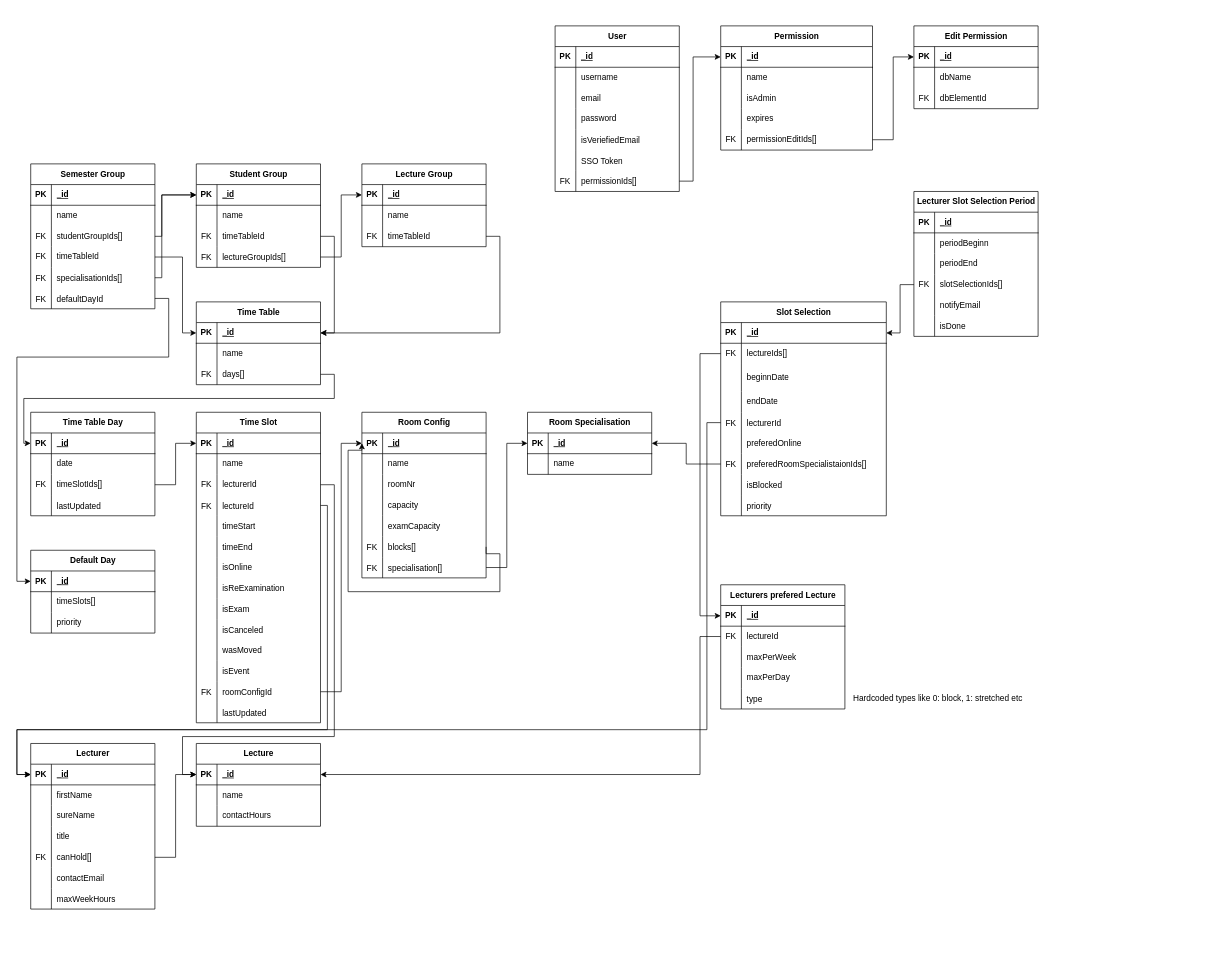
Earlier version of the draw.io diagram documentation/Database_ER.drawio (MindCollaps/TimeCraft). Source tidied: cells renumbered, new cells numbered last; positions are measured from the earlier drawing's top-left corner, leaving out a move shared by most shapes. Both pictures are drawn from the tidied source at 69%, with x=0, y=0 at pixel (17, 26).
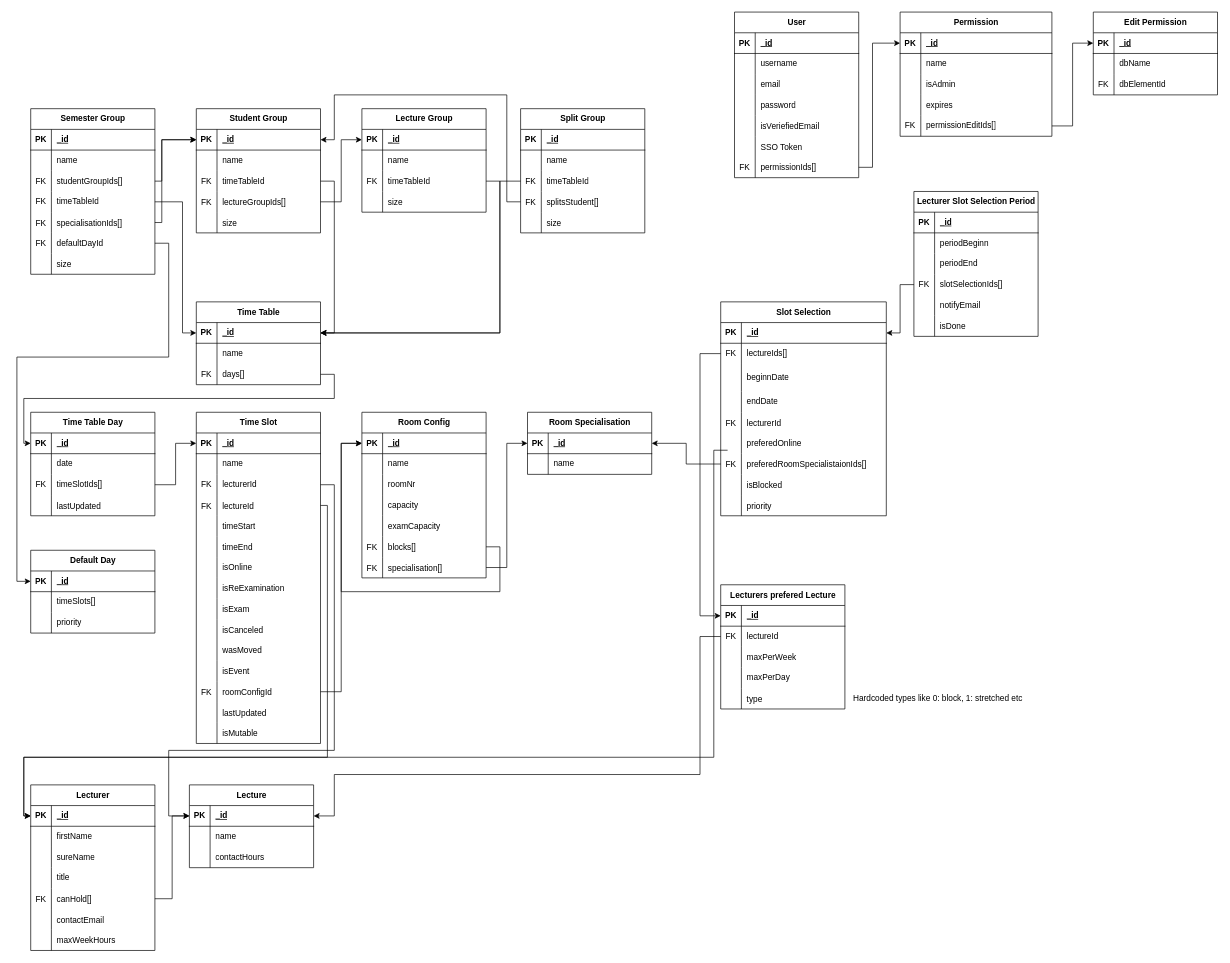
After the change.

Commit message:
docu: add split group

Unchanged cells that the change refers to:
```xml
<mxCell id="9" style="shape=tableRow;horizontal=0;startSize=0;swimlaneHead=0;swimlaneBody=0;fillColor=none;points=[[0,0.5],[1,0.5]];portConstraint=eastwest;top=0;left=0;right=0;bottom=0;" parent="2" vertex="1">
  <mxGeometry y="90" width="180" height="30" as="geometry" />
</mxCell>
<mxCell id="12" style="shape=tableRow;horizontal=0;startSize=0;swimlaneHead=0;swimlaneBody=0;fillColor=none;points=[[0,0.5],[1,0.5]];portConstraint=eastwest;top=0;left=0;right=0;bottom=0;" parent="2" vertex="1">
  <mxGeometry y="120" width="180" height="30" as="geometry" />
</mxCell>
<mxCell id="15" style="shape=tableRow;horizontal=0;startSize=0;swimlaneHead=0;swimlaneBody=0;fillColor=none;points=[[0,0.5],[1,0.5]];portConstraint=eastwest;top=0;left=0;right=0;bottom=0;" parent="2" vertex="1">
  <mxGeometry y="150" width="180" height="30" as="geometry" />
</mxCell>
<mxCell id="18" style="shape=tableRow;horizontal=0;startSize=0;swimlaneHead=0;swimlaneBody=0;fillColor=none;points=[[0,0.5],[1,0.5]];portConstraint=eastwest;top=0;left=0;right=0;bottom=0;" parent="2" vertex="1">
  <mxGeometry y="180" width="180" height="30" as="geometry" />
</mxCell>
<mxCell id="22" style="shape=tableRow;horizontal=0;startSize=0;swimlaneHead=0;swimlaneBody=0;fillColor=none;points=[[0,0.5],[1,0.5]];portConstraint=eastwest;top=0;left=0;right=0;bottom=1;" parent="21" vertex="1">
  <mxGeometry y="30" width="180" height="30" as="geometry" />
</mxCell>
<mxCell id="48" style="shape=tableRow;horizontal=0;startSize=0;swimlaneHead=0;swimlaneBody=0;fillColor=none;points=[[0,0.5],[1,0.5]];portConstraint=eastwest;top=0;left=0;right=0;bottom=1;" parent="47" vertex="1">
  <mxGeometry y="30" width="180" height="30" as="geometry" />
</mxCell>
<mxCell id="80" style="shape=tableRow;horizontal=0;startSize=0;swimlaneHead=0;swimlaneBody=0;fillColor=none;points=[[0,0.5],[1,0.5]];portConstraint=eastwest;top=0;left=0;right=0;bottom=0;" parent="73" vertex="1">
  <mxGeometry y="90" width="180" height="30" as="geometry" />
</mxCell>
<mxCell id="83" style="shape=tableRow;horizontal=0;startSize=0;swimlaneHead=0;swimlaneBody=0;fillColor=none;points=[[0,0.5],[1,0.5]];portConstraint=eastwest;top=0;left=0;right=0;bottom=0;" parent="73" vertex="1">
  <mxGeometry y="120" width="180" height="30" as="geometry" />
</mxCell>
<mxCell id="118" style="shape=tableRow;horizontal=0;startSize=0;swimlaneHead=0;swimlaneBody=0;fillColor=none;points=[[0,0.5],[1,0.5]];portConstraint=eastwest;top=0;left=0;right=0;bottom=1;" parent="117" vertex="1">
  <mxGeometry y="30" width="180" height="30" as="geometry" />
</mxCell>
<mxCell id="133" style="shape=tableRow;horizontal=0;startSize=0;swimlaneHead=0;swimlaneBody=0;fillColor=none;points=[[0,0.5],[1,0.5]];portConstraint=eastwest;top=0;left=0;right=0;bottom=0;" parent="117" vertex="1">
  <mxGeometry y="180" width="180" height="30" as="geometry" />
</mxCell>
<mxCell id="148" style="shape=tableRow;horizontal=0;startSize=0;swimlaneHead=0;swimlaneBody=0;fillColor=none;points=[[0,0.5],[1,0.5]];portConstraint=eastwest;top=0;left=0;right=0;bottom=1;" parent="147" vertex="1">
  <mxGeometry y="30" width="180" height="30" as="geometry" />
</mxCell>
<mxCell id="170" style="shape=tableRow;horizontal=0;startSize=0;swimlaneHead=0;swimlaneBody=0;fillColor=none;points=[[0,0.5],[1,0.5]];portConstraint=eastwest;top=0;left=0;right=0;bottom=1;" parent="169" vertex="1">
  <mxGeometry y="30" width="180" height="30" as="geometry" />
</mxCell>
<mxCell id="203" style="shape=tableRow;horizontal=0;startSize=0;swimlaneHead=0;swimlaneBody=0;fillColor=none;points=[[0,0.5],[1,0.5]];portConstraint=eastwest;top=0;left=0;right=0;bottom=0;" parent="184" vertex="1">
  <mxGeometry y="210" width="180" height="30" as="geometry" />
</mxCell>
<mxCell id="207" style="shape=tableRow;horizontal=0;startSize=0;swimlaneHead=0;swimlaneBody=0;fillColor=none;points=[[0,0.5],[1,0.5]];portConstraint=eastwest;top=0;left=0;right=0;bottom=1;" parent="206" vertex="1">
  <mxGeometry y="30" width="220" height="30" as="geometry" />
</mxCell>
<mxCell id="236" style="shape=tableRow;horizontal=0;startSize=0;swimlaneHead=0;swimlaneBody=0;fillColor=none;points=[[0,0.5],[1,0.5]];portConstraint=eastwest;top=0;left=0;right=0;bottom=0;" parent="223" vertex="1">
  <mxGeometry y="160" width="240" height="30" as="geometry" />
</mxCell>
<mxCell id="257" style="shape=tableRow;horizontal=0;startSize=0;swimlaneHead=0;swimlaneBody=0;fillColor=none;points=[[0,0.5],[1,0.5]];portConstraint=eastwest;top=0;left=0;right=0;bottom=0;" parent="253" vertex="1">
  <mxGeometry y="60" width="180" height="30" as="geometry" />
</mxCell>
<mxCell id="271" style="shape=tableRow;horizontal=0;startSize=0;swimlaneHead=0;swimlaneBody=0;fillColor=none;points=[[0,0.5],[1,0.5]];portConstraint=eastwest;top=0;left=0;right=0;bottom=1;" parent="270" vertex="1">
  <mxGeometry y="30" width="180" height="30" as="geometry" />
</mxCell>
```

The edit, as a diff of the source:
```diff
@@
     <mxCell id="2" value="Semester Group" style="shape=table;startSize=30;childLayout=tableLayout;rowLines=0;fontStyle=1;align=center;html=1;" parent="1" vertex="1">
-      <mxGeometry x="20" y="200" width="180" height="210" as="geometry" />
+      <mxGeometry x="20" y="120" width="180" height="240" as="geometry" />
     </mxCell>
@@
+    <mxCell id="315" style="shape=tableRow;horizontal=0;startSize=0;swimlaneHead=0;swimlaneBody=0;fillColor=none;top=0;left=0;right=0;bottom=0;" parent="2" vertex="1">
+      <mxGeometry y="210" width="180" height="30" as="geometry" />
+    </mxCell>
+    <mxCell id="316" style="shape=partialRectangle;fillColor=none;top=0;left=0;bottom=0;right=0;overflow=hidden;" parent="315" vertex="1">
+      <mxGeometry width="30" height="30" as="geometry" />
+    </mxCell>
+    <mxCell id="317" value="size" style="shape=partialRectangle;fillColor=none;top=0;left=0;bottom=0;right=0;align=left;spacingLeft=6;overflow=hidden;" parent="315" vertex="1">
+      <mxGeometry x="30" width="150" height="30" as="geometry" />
+    </mxCell>
     <mxCell id="21" value="Student Group" style="shape=table;startSize=30;childLayout=tableLayout;rowLines=0;fontStyle=1;align=center;html=1;" parent="1" vertex="1">
-      <mxGeometry x="260" y="200" width="180" height="150" as="geometry" />
+      <mxGeometry x="260" y="120" width="180" height="180" as="geometry" />
     </mxCell>
@@
+    <mxCell id="318" style="shape=tableRow;horizontal=0;startSize=0;swimlaneHead=0;swimlaneBody=0;fillColor=none;top=0;left=0;right=0;bottom=0;" parent="21" vertex="1">
+      <mxGeometry y="150" width="180" height="30" as="geometry" />
+    </mxCell>
+    <mxCell id="319" style="shape=partialRectangle;fillColor=none;top=0;left=0;bottom=0;right=0;overflow=hidden;" parent="318" vertex="1">
+      <mxGeometry width="30" height="30" as="geometry" />
+    </mxCell>
+    <mxCell id="320" value="size" style="shape=partialRectangle;fillColor=none;top=0;left=0;bottom=0;right=0;align=left;spacingLeft=6;overflow=hidden;" parent="318" vertex="1">
+      <mxGeometry x="30" width="150" height="30" as="geometry" />
+    </mxCell>
     <mxCell id="34" value="Lecture Group" style="shape=table;startSize=30;childLayout=tableLayout;rowLines=0;fontStyle=1;align=center;html=1;" parent="1" vertex="1">
-      <mxGeometry x="500" y="200" width="180" height="120" as="geometry" />
+      <mxGeometry x="500" y="120" width="180" height="150" as="geometry" />
     </mxCell>
@@
+    <mxCell id="321" style="shape=tableRow;horizontal=0;startSize=0;swimlaneHead=0;swimlaneBody=0;fillColor=none;top=0;left=0;right=0;bottom=0;" parent="34" vertex="1">
+      <mxGeometry y="120" width="180" height="30" as="geometry" />
+    </mxCell>
+    <mxCell id="322" style="shape=partialRectangle;fillColor=none;top=0;left=0;bottom=0;right=0;overflow=hidden;" parent="321" vertex="1">
+      <mxGeometry width="30" height="30" as="geometry" />
+    </mxCell>
+    <mxCell id="323" value="size" style="shape=partialRectangle;fillColor=none;top=0;left=0;bottom=0;right=0;align=left;spacingLeft=6;overflow=hidden;" parent="321" vertex="1">
+      <mxGeometry x="30" width="150" height="30" as="geometry" />
+    </mxCell>
@@
     <mxCell id="45" style="edgeStyle=orthogonalEdgeStyle;rounded=0;jettySize=auto;html=1;exitX=1;exitY=0.5;exitDx=0;exitDy=0;entryX=0;entryY=0.5;entryDx=0;entryDy=0;" parent="1" edge="1" source="9" target="22">
       <mxGeometry relative="1" as="geometry">
         <Array as="points">
-          <mxPoint x="210" y="305" />
-          <mxPoint x="210" y="245" />
+          <mxPoint x="210" y="225" />
+          <mxPoint x="210" y="165" />
         </Array>
       </mxGeometry>
     </mxCell>
     <mxCell id="46" style="edgeStyle=orthogonalEdgeStyle;rounded=0;jettySize=auto;html=1;exitX=1;exitY=0.5;exitDx=0;exitDy=0;entryX=0;entryY=0.5;entryDx=0;entryDy=0;" parent="1" edge="1" source="133" target="118">
       <mxGeometry relative="1" as="geometry">
         <Array as="points">
-          <mxPoint x="700" y="765" />
+          <mxPoint x="700" y="755" />
           <mxPoint x="700" y="820" />
-          <mxPoint x="480" y="820" />
-          <mxPoint x="480" y="615" />
+          <mxPoint x="470" y="820" />
+          <mxPoint x="470" y="605" />
         </Array>
       </mxGeometry>
     </mxCell>
@@
     <mxCell id="57" style="edgeStyle=orthogonalEdgeStyle;rounded=0;jettySize=auto;html=1;exitX=1;exitY=0.5;exitDx=0;exitDy=0;entryX=0;entryY=0.5;entryDx=0;entryDy=0;" parent="1" edge="1" source="12" target="48">
       <mxGeometry relative="1" as="geometry">
         <Array as="points">
-          <mxPoint x="240" y="335" />
+          <mxPoint x="240" y="255" />
           <mxPoint x="240" y="445" />
         </Array>
       </mxGeometry>
     </mxCell>
@@
     <mxCell id="73" value="Time Slot" style="shape=table;startSize=30;childLayout=tableLayout;rowLines=0;fontStyle=1;align=center;html=1;" parent="1" vertex="1">
-      <mxGeometry x="260" y="560" width="180" height="450" as="geometry" />
+      <mxGeometry x="260" y="560" width="180" height="480" as="geometry" />
     </mxCell>
@@
+    <mxCell id="324" style="shape=tableRow;horizontal=0;startSize=0;swimlaneHead=0;swimlaneBody=0;fillColor=none;top=0;left=0;right=0;bottom=0;" parent="73" vertex="1">
+      <mxGeometry y="450" width="180" height="30" as="geometry" />
+    </mxCell>
+    <mxCell id="325" style="shape=partialRectangle;fillColor=none;top=0;left=0;bottom=0;right=0;overflow=hidden;" parent="324" vertex="1">
+      <mxGeometry width="30" height="30" as="geometry" />
+    </mxCell>
+    <mxCell id="326" value="isMutable" style="shape=partialRectangle;fillColor=none;top=0;left=0;bottom=0;right=0;align=left;spacingLeft=6;overflow=hidden;" parent="324" vertex="1">
+      <mxGeometry x="30" width="150" height="30" as="geometry" />
+    </mxCell>
@@
     <mxCell id="147" value="Lecturer" style="shape=table;startSize=30;childLayout=tableLayout;rowLines=0;fontStyle=1;align=center;html=1;" parent="1" vertex="1">
-      <mxGeometry x="20" y="1040" width="180" height="240" as="geometry" />
+      <mxGeometry x="20" y="1100" width="180" height="240" as="geometry" />
     </mxCell>
@@
     <mxCell id="169" value="Lecture" style="shape=table;startSize=30;childLayout=tableLayout;rowLines=0;fontStyle=1;align=center;html=1;" parent="1" vertex="1">
-      <mxGeometry x="260" y="1040" width="180" height="120" as="geometry" />
+      <mxGeometry x="250" y="1100" width="180" height="120" as="geometry" />
     </mxCell>
@@
     <mxCell id="181" style="edgeStyle=orthogonalEdgeStyle;rounded=0;jettySize=auto;html=1;exitX=1;exitY=0.5;exitDx=0;exitDy=0;entryX=0;entryY=0.5;entryDx=0;entryDy=0;" parent="1" edge="1" source="83" target="148">
       <mxGeometry relative="1" as="geometry">
         <Array as="points">
           <mxPoint x="450" y="695" />
-          <mxPoint x="450" y="1020" />
-          <mxPoint y="1020" />
-          <mxPoint y="1085" />
+          <mxPoint x="450" y="1060" />
+          <mxPoint x="10" y="1060" />
+          <mxPoint x="10" y="1145" />
         </Array>
       </mxGeometry>
     </mxCell>
     <mxCell id="182" style="edgeStyle=orthogonalEdgeStyle;rounded=0;jettySize=auto;html=1;exitX=1;exitY=0.5;exitDx=0;exitDy=0;entryX=0;entryY=0.5;entryDx=0;entryDy=0;" parent="1" edge="1" source="80" target="170">
       <mxGeometry relative="1" as="geometry">
         <Array as="points">
           <mxPoint x="460" y="665" />
-          <mxPoint x="460" y="1030" />
-          <mxPoint x="240" y="1030" />
-          <mxPoint x="240" y="1085" />
+          <mxPoint x="460" y="1050" />
+          <mxPoint x="220" y="1050" />
+          <mxPoint x="220" y="1145" />
         </Array>
       </mxGeometry>
     </mxCell>
@@
     <mxCell id="184" value="User" style="shape=table;startSize=30;childLayout=tableLayout;rowLines=0;fontStyle=1;align=center;html=1;" parent="1" vertex="1">
-      <mxGeometry x="780" width="180" height="240" as="geometry" />
+      <mxGeometry x="1040" y="-20" width="180" height="240" as="geometry" />
     </mxCell>
@@
     <mxCell id="206" value="Permission" style="shape=table;startSize=30;childLayout=tableLayout;rowLines=0;fontStyle=1;align=center;html=1;" parent="1" vertex="1">
-      <mxGeometry x="1020" width="220" height="180" as="geometry" />
+      <mxGeometry x="1280" y="-20" width="220" height="180" as="geometry" />
     </mxCell>
@@
     <mxCell id="222" style="edgeStyle=orthogonalEdgeStyle;rounded=0;jettySize=auto;html=1;exitX=1;exitY=0.5;exitDx=0;exitDy=0;entryX=0;entryY=0.5;entryDx=0;entryDy=0;" parent="1" edge="1" source="15" target="22">
       <mxGeometry relative="1" as="geometry">
         <Array as="points">
-          <mxPoint x="210" y="365" />
-          <mxPoint x="210" y="245" />
+          <mxPoint x="210" y="285" />
+          <mxPoint x="210" y="165" />
         </Array>
       </mxGeometry>
     </mxCell>
@@
-    <mxCell id="251" style="edgeStyle=orthogonalEdgeStyle;rounded=0;jettySize=auto;html=1;exitX=0;exitY=0.5;exitDx=0;exitDy=0;entryX=0;entryY=0.5;entryDx=0;entryDy=0;" parent="1" edge="1" source="236" target="148">
+    <mxCell id="251" style="edgeStyle=orthogonalEdgeStyle;rounded=0;jettySize=auto;html=1;exitX=0;exitY=0.5;exitDx=0;exitDy=0;entryX=0;entryY=0.5;entryDx=0;entryDy=0;" parent="1" edge="1" target="148">
       <mxGeometry relative="1" as="geometry">
+        <mxPoint x="1030" y="615" as="sourcePoint" />
         <Array as="points">
-          <mxPoint x="1000" y="575" />
-          <mxPoint x="1000" y="1020" />
-          <mxPoint y="1020" />
-          <mxPoint y="1085" />
+          <mxPoint x="1010" y="615" />
+          <mxPoint x="1010" y="1060" />
+          <mxPoint x="10" y="1060" />
+          <mxPoint x="10" y="1145" />
         </Array>
       </mxGeometry>
     </mxCell>
@@
     <mxCell id="269" style="edgeStyle=orthogonalEdgeStyle;rounded=0;jettySize=auto;html=1;exitX=0;exitY=0.5;exitDx=0;exitDy=0;entryX=1;entryY=0.5;entryDx=0;entryDy=0;" parent="1" edge="1" source="257" target="170">
       <mxGeometry relative="1" as="geometry">
         <Array as="points">
           <mxPoint x="990" y="885" />
           <mxPoint x="990" y="1085" />
+          <mxPoint x="460" y="1085" />
+          <mxPoint x="460" y="1145" />
         </Array>
       </mxGeometry>
     </mxCell>
@@
     <mxCell id="280" style="edgeStyle=orthogonalEdgeStyle;rounded=0;jettySize=auto;html=1;exitX=1;exitY=0.5;exitDx=0;exitDy=0;entryX=0;entryY=0.5;entryDx=0;entryDy=0;" parent="1" edge="1" source="18" target="271">
       <mxGeometry relative="1" as="geometry">
         <Array as="points">
-          <mxPoint x="220" y="395" />
+          <mxPoint x="220" y="315" />
           <mxPoint x="220" y="480" />
           <mxPoint y="480" />
           <mxPoint y="805" />
         </Array>
       </mxGeometry>
     </mxCell>
@@
     <mxCell id="283" style="edgeStyle=orthogonalEdgeStyle;rounded=0;jettySize=auto;html=1;exitX=1;exitY=0.5;exitDx=0;exitDy=0;" parent="1" edge="1" source="203" target="207">
       <mxGeometry relative="1" as="geometry">
         <Array as="points">
-          <mxPoint x="980" y="225" />
-          <mxPoint x="980" y="45" />
+          <mxPoint x="1240" y="205" />
+          <mxPoint x="1240" y="25" />
         </Array>
       </mxGeometry>
     </mxCell>
     <mxCell id="284" value="Edit Permission" style="shape=table;startSize=30;childLayout=tableLayout;rowLines=0;fontStyle=1;align=center;html=1;" parent="1" vertex="1">
-      <mxGeometry x="1300" width="180" height="120" as="geometry" />
+      <mxGeometry x="1560" y="-20" width="180" height="120" as="geometry" />
     </mxCell>
@@
+    <mxCell id="327" value="Split Group" style="shape=table;startSize=30;childLayout=tableLayout;rowLines=0;fontStyle=1;align=center;html=1;" parent="1" vertex="1">
+      <mxGeometry x="730" y="120" width="180" height="180" as="geometry" />
+    </mxCell>
+    <mxCell id="328" style="shape=tableRow;horizontal=0;startSize=0;swimlaneHead=0;swimlaneBody=0;fillColor=none;top=0;left=0;right=0;bottom=1;" parent="327" vertex="1">
+      <mxGeometry y="30" width="180" height="30" as="geometry" />
+    </mxCell>
+    <mxCell id="329" value="PK" style="shape=partialRectangle;fillColor=none;top=0;left=0;bottom=0;right=0;fontStyle=1;overflow=hidden;whiteSpace=wrap;html=1;" parent="328" vertex="1">
+      <mxGeometry width="30" height="30" as="geometry" />
+    </mxCell>
+    <mxCell id="330" value="_id" style="shape=partialRectangle;fillColor=none;top=0;left=0;bottom=0;right=0;align=left;spacingLeft=6;fontStyle=5;overflow=hidden;whiteSpace=wrap;html=1;" parent="328" vertex="1">
+      <mxGeometry x="30" width="150" height="30" as="geometry" />
+    </mxCell>
+    <mxCell id="331" style="shape=tableRow;horizontal=0;startSize=0;swimlaneHead=0;swimlaneBody=0;fillColor=none;top=0;left=0;right=0;bottom=0;" parent="327" vertex="1">
+      <mxGeometry y="60" width="180" height="30" as="geometry" />
+    </mxCell>
+    <mxCell id="332" style="shape=partialRectangle;fillColor=none;top=0;left=0;bottom=0;right=0;overflow=hidden;whiteSpace=wrap;html=1;" parent="331" vertex="1">
+      <mxGeometry width="30" height="30" as="geometry" />
+    </mxCell>
+    <mxCell id="333" value="name" style="shape=partialRectangle;fillColor=none;top=0;left=0;bottom=0;right=0;align=left;spacingLeft=6;overflow=hidden;whiteSpace=wrap;html=1;" parent="331" vertex="1">
+      <mxGeometry x="30" width="150" height="30" as="geometry" />
+    </mxCell>
+    <mxCell id="334" style="shape=tableRow;horizontal=0;startSize=0;swimlaneHead=0;swimlaneBody=0;fillColor=none;points=[[0,0.5],[1,0.5]];portConstraint=eastwest;top=0;left=0;right=0;bottom=0;" parent="327" vertex="1">
+      <mxGeometry y="90" width="180" height="30" as="geometry" />
+    </mxCell>
+    <mxCell id="335" value="FK" style="shape=partialRectangle;fillColor=none;top=0;left=0;bottom=0;right=0;overflow=hidden;whiteSpace=wrap;html=1;" parent="334" vertex="1">
+      <mxGeometry width="30" height="30" as="geometry" />
+    </mxCell>
+    <mxCell id="336" value="timeTableId" style="shape=partialRectangle;fillColor=none;top=0;left=0;bottom=0;right=0;align=left;spacingLeft=6;overflow=hidden;whiteSpace=wrap;html=1;" parent="334" vertex="1">
+      <mxGeometry x="30" width="150" height="30" as="geometry" />
+    </mxCell>
+    <mxCell id="337" style="shape=tableRow;horizontal=0;startSize=0;swimlaneHead=0;swimlaneBody=0;fillColor=none;points=[[0,0.5],[1,0.5]];portConstraint=eastwest;top=0;left=0;right=0;bottom=0;" parent="327" vertex="1">
+      <mxGeometry y="120" width="180" height="30" as="geometry" />
+    </mxCell>
+    <mxCell id="338" value="FK" style="shape=partialRectangle;fillColor=none;top=0;left=0;bottom=0;right=0;overflow=hidden;" parent="337" vertex="1">
+      <mxGeometry width="30" height="30" as="geometry" />
+    </mxCell>
+    <mxCell id="339" value="splitsStudent[]" style="shape=partialRectangle;fillColor=none;top=0;left=0;bottom=0;right=0;align=left;spacingLeft=6;overflow=hidden;" parent="337" vertex="1">
+      <mxGeometry x="30" width="150" height="30" as="geometry" />
+    </mxCell>
+    <mxCell id="340" style="shape=tableRow;horizontal=0;startSize=0;swimlaneHead=0;swimlaneBody=0;fillColor=none;top=0;left=0;right=0;bottom=0;" parent="327" vertex="1">
+      <mxGeometry y="150" width="180" height="30" as="geometry" />
+    </mxCell>
+    <mxCell id="341" style="shape=partialRectangle;fillColor=none;top=0;left=0;bottom=0;right=0;overflow=hidden;" parent="340" vertex="1">
+      <mxGeometry width="30" height="30" as="geometry" />
+    </mxCell>
+    <mxCell id="342" value="size" style="shape=partialRectangle;fillColor=none;top=0;left=0;bottom=0;right=0;align=left;spacingLeft=6;overflow=hidden;" parent="340" vertex="1">
+      <mxGeometry x="30" width="150" height="30" as="geometry" />
+    </mxCell>
+    <mxCell id="343" style="edgeStyle=orthogonalEdgeStyle;rounded=0;jettySize=auto;html=1;exitX=0;exitY=0.5;exitDx=0;exitDy=0;entryX=1;entryY=0.5;entryDx=0;entryDy=0;" parent="1" edge="1" source="334" target="48">
+      <mxGeometry relative="1" as="geometry">
+        <Array as="points">
+          <mxPoint x="700" y="225" />
+          <mxPoint x="700" y="445" />
+        </Array>
+      </mxGeometry>
+    </mxCell>
+    <mxCell id="344" style="edgeStyle=orthogonalEdgeStyle;rounded=0;jettySize=auto;html=1;exitX=0;exitY=0.5;exitDx=0;exitDy=0;entryX=1;entryY=0.5;entryDx=0;entryDy=0;" parent="1" edge="1" source="337" target="22">
+      <mxGeometry relative="1" as="geometry">
+        <Array as="points">
+          <mxPoint x="710" y="255" />
+          <mxPoint x="710" y="100" />
+          <mxPoint x="460" y="100" />
+          <mxPoint x="460" y="165" />
+        </Array>
+      </mxGeometry>
+    </mxCell>
```
